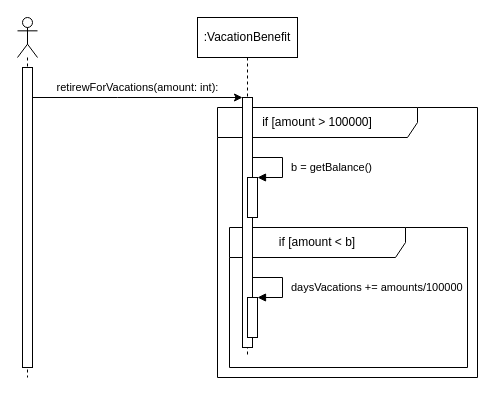
This is diagrams/retirewforvacations-sequence-diagram.drawio from Cafeleyos/MUNOZ-SANTOS-SABANA-POOB-2021-1-LAB-ABSTRACT-CLASS, a draw.io file, before an edit. Source tidied: cells renumbered, new cells numbered last; positions are measured from the earlier drawing's top-left corner, leaving out a move shared by most shapes. Both pictures are drawn from the tidied source at 100%, with x=0, y=0 at pixel (17, 17).
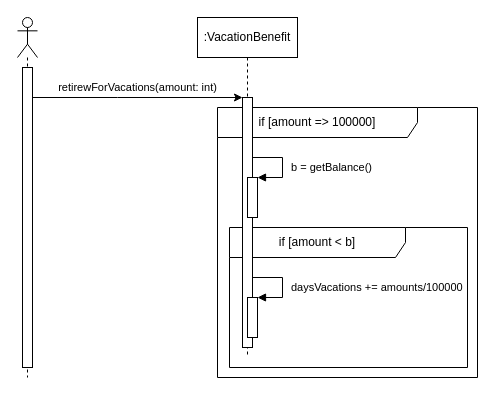
Above is the later version.

Diff of the diagram source:
```diff
@@
 <mxGraphModel>
   <root>
     <mxCell id="0" />
     <mxCell id="1" parent="0" />
-    <mxCell id="2" value="if [amount &amp;gt; 100000]" style="shape=umlFrame;whiteSpace=wrap;html=1;width=200;height=30;" parent="1" vertex="1">
+    <mxCell id="2" value="if [amount =&amp;gt; 100000]" style="shape=umlFrame;whiteSpace=wrap;html=1;width=200;height=30;" parent="1" vertex="1">
       <mxGeometry x="200" y="90" width="260" height="270" as="geometry" />
     </mxCell>
     <mxCell id="3" value="if [amount &amp;lt; b]" style="shape=umlFrame;whiteSpace=wrap;html=1;width=176;height=30;" parent="1" vertex="1">
       <mxGeometry x="212" y="210" width="238" height="140" as="geometry" />
     </mxCell>
     <mxCell id="4" style="shape=umlLifeline;participant=umlActor;perimeter=lifelinePerimeter;whiteSpace=wrap;html=1;verticalAlign=top;spacingTop=36;" parent="1" vertex="1">
       <mxGeometry width="20" height="360" as="geometry" />
     </mxCell>
     <mxCell id="5" style="html=1;points=[];perimeter=orthogonalPerimeter;" parent="4" vertex="1">
       <mxGeometry x="5" y="50" width="10" height="300" as="geometry" />
     </mxCell>
     <mxCell id="6" value="&lt;span style=&quot;font-style: normal&quot;&gt;:VacationBenefit&lt;/span&gt;" style="shape=umlLifeline;perimeter=lifelinePerimeter;whiteSpace=wrap;html=1;fontStyle=2;" parent="1" vertex="1">
       <mxGeometry x="180" width="100" height="340" as="geometry" />
     </mxCell>
     <mxCell id="7" style="html=1;points=[];perimeter=orthogonalPerimeter;" parent="6" vertex="1">
       <mxGeometry x="45" y="80" width="10" height="250" as="geometry" />
     </mxCell>
     <mxCell id="8" style="html=1;points=[];perimeter=orthogonalPerimeter;" parent="6" vertex="1">
       <mxGeometry x="50" y="160" width="10" height="40" as="geometry" />
     </mxCell>
     <mxCell id="9" value="b = getBalance()" style="edgeStyle=orthogonalEdgeStyle;html=1;align=left;spacingLeft=2;endArrow=block;rounded=0;entryX=1;entryY=0;" parent="6" edge="1" target="8">
       <mxGeometry x="0.33" y="5" relative="1" as="geometry">
         <mxPoint x="55" y="110" as="sourcePoint" />
         <Array as="points">
           <mxPoint x="55" y="140" />
           <mxPoint x="85" y="140" />
           <mxPoint x="85" y="160" />
           <mxPoint x="60" y="160" />
         </Array>
       </mxGeometry>
     </mxCell>
     <mxCell id="10" style="html=1;points=[];perimeter=orthogonalPerimeter;" parent="6" vertex="1">
       <mxGeometry x="50" y="280" width="10" height="40" as="geometry" />
     </mxCell>
     <mxCell id="11" value="daysVacations += amounts/100000" style="edgeStyle=orthogonalEdgeStyle;html=1;align=left;spacingLeft=2;endArrow=block;rounded=0;entryX=1;entryY=0;" parent="6" edge="1" target="10">
       <mxGeometry x="0.18" y="5" relative="1" as="geometry">
         <mxPoint x="55" y="270" as="sourcePoint" />
         <Array as="points">
           <mxPoint x="55" y="260" />
           <mxPoint x="85" y="260" />
           <mxPoint x="85" y="280" />
           <mxPoint x="60" y="280" />
         </Array>
       </mxGeometry>
     </mxCell>
-    <mxCell id="12" value="retirewForVacations(amount: int):" style="edgeStyle=orthogonalEdgeStyle;rounded=0;jettySize=auto;html=1;" parent="1" edge="1" source="5" target="7">
+    <mxCell id="12" value="retirewForVacations(amount: int)" style="edgeStyle=orthogonalEdgeStyle;rounded=0;jettySize=auto;html=1;" parent="1" edge="1" source="5" target="7">
       <mxGeometry y="10" relative="1" as="geometry">
         <Array as="points">
           <mxPoint x="100" y="80" />
           <mxPoint x="100" y="80" />
         </Array>
       </mxGeometry>
     </mxCell>
   </root>
 </mxGraphModel>
```
